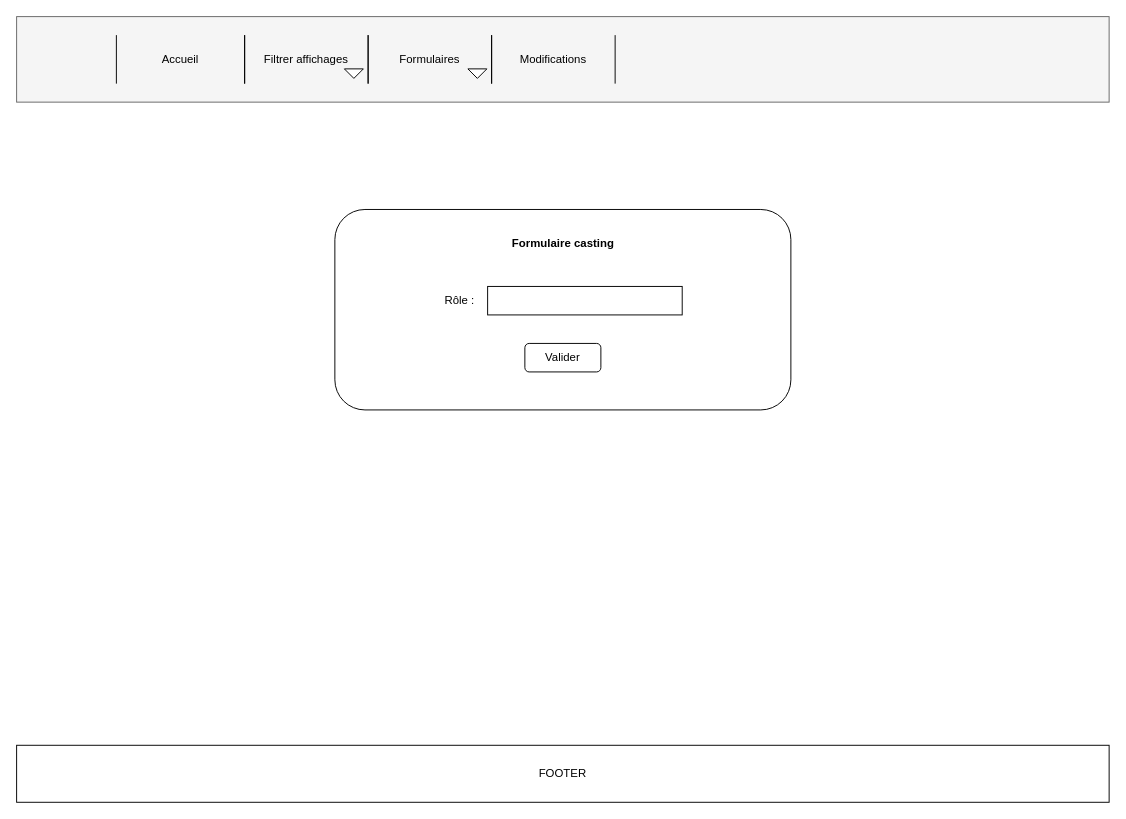
This is maquettes/Maquette formulaire rôle.drawio from JeanNoLimit/appli_cinema, a draw.io file, before an edit. Source tidied: cells renumbered, new cells numbered last; positions are measured from the earlier drawing's top-left corner, leaving out a move shared by most shapes. Both pictures are drawn from the tidied source at 95%, with x=0, y=0 at pixel (16, 16).
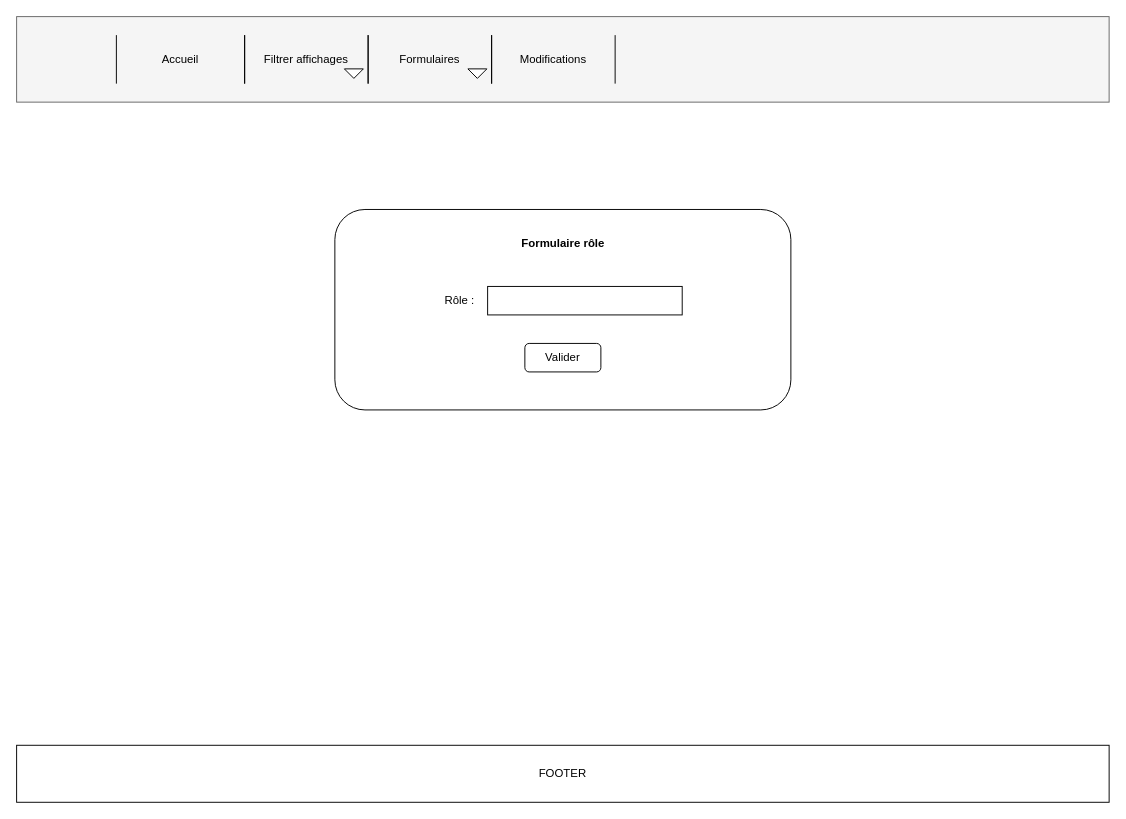
Above is the later version.

Commit message:
Mettre à jour Maquette formulaire rôle.drawio

Diff of the diagram source:
```diff
@@
 <mxGraphModel>
   <root>
     <mxCell id="0" />
     <mxCell id="1" parent="0" />
     <mxCell id="2" style="rounded=0;whiteSpace=wrap;html=1;fillColor=#f5f5f5;fontColor=#333333;strokeColor=#666666;" parent="1" vertex="1">
       <mxGeometry width="1150" height="90" as="geometry" />
     </mxCell>
     <mxCell id="3" value="Filtrer affichages" style="shape=partialRectangle;whiteSpace=wrap;html=1;bottom=0;top=0;fillColor=none;" parent="1" vertex="1">
       <mxGeometry x="240" y="20" width="130" height="50" as="geometry" />
     </mxCell>
     <mxCell id="4" value="Formulaires" style="shape=partialRectangle;whiteSpace=wrap;html=1;bottom=0;top=0;fillColor=none;" parent="1" vertex="1">
       <mxGeometry x="370" y="20" width="130" height="50" as="geometry" />
     </mxCell>
     <mxCell id="5" value="Modifications" style="shape=partialRectangle;whiteSpace=wrap;html=1;bottom=0;top=0;fillColor=none;" parent="1" vertex="1">
       <mxGeometry x="500" y="20" width="130" height="50" as="geometry" />
     </mxCell>
     <mxCell id="6" value="&lt;p style=&quot;line-height: 120%;&quot;&gt;Accueil&lt;/p&gt;" style="shape=partialRectangle;whiteSpace=wrap;html=1;bottom=0;top=0;fillColor=none;" parent="1" vertex="1">
       <mxGeometry x="105" y="20" width="135" height="50" as="geometry" />
     </mxCell>
     <mxCell id="7" style="triangle;whiteSpace=wrap;html=1;rotation=90;" parent="1" vertex="1">
       <mxGeometry x="350" y="50" width="10" height="20" as="geometry" />
     </mxCell>
     <mxCell id="8" style="triangle;whiteSpace=wrap;html=1;rotation=90;" parent="1" vertex="1">
       <mxGeometry x="480" y="50" width="10" height="20" as="geometry" />
     </mxCell>
     <mxCell id="9" value="FOOTER" style="rounded=0;whiteSpace=wrap;html=1;" parent="1" vertex="1">
       <mxGeometry y="767" width="1150" height="60" as="geometry" />
     </mxCell>
     <mxCell id="10" style="rounded=1;whiteSpace=wrap;html=1;" parent="1" vertex="1">
       <mxGeometry x="335" y="203" width="480" height="211" as="geometry" />
     </mxCell>
-    <mxCell id="11" value="&lt;b&gt;Formulaire casting&lt;br&gt;&lt;/b&gt;" style="text;html=1;strokeColor=none;fillColor=none;align=center;verticalAlign=middle;whiteSpace=wrap;rounded=0;" parent="1" vertex="1">
+    <mxCell id="11" value="&lt;b&gt;Formulaire rôle&lt;br&gt;&lt;/b&gt;" style="text;html=1;strokeColor=none;fillColor=none;align=center;verticalAlign=middle;whiteSpace=wrap;rounded=0;" parent="1" vertex="1">
       <mxGeometry x="461.8" y="224" width="226.5" height="30" as="geometry" />
     </mxCell>
     <mxCell id="12" value="Rôle :" style="text;html=1;strokeColor=none;fillColor=none;align=center;verticalAlign=middle;whiteSpace=wrap;rounded=0;" parent="1" vertex="1">
       <mxGeometry x="448" y="284" width="36.9" height="30" as="geometry" />
     </mxCell>
     <mxCell id="13" value="Valider" style="rounded=1;whiteSpace=wrap;html=1;" parent="1" vertex="1">
       <mxGeometry x="535" y="344" width="80" height="30" as="geometry" />
     </mxCell>
     <mxCell id="14" style="rounded=0;whiteSpace=wrap;html=1;" parent="1" vertex="1">
       <mxGeometry x="495.8" y="284" width="204.8" height="30" as="geometry" />
     </mxCell>
   </root>
 </mxGraphModel>
```
